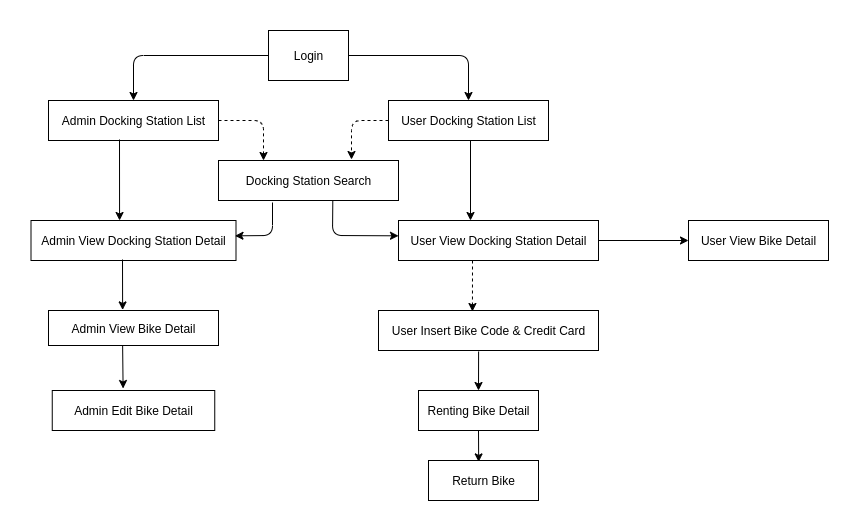
This is Homework03/Group/EcoBikeScreenTransition.png from lehoangtran289/ecobike-SoftDev20201, a draw.io export, as it was before one commit. Source tidied: cells renumbered, new cells last; positions are measured from the earlier drawing's top-left corner, leaving out a move shared by most shapes.
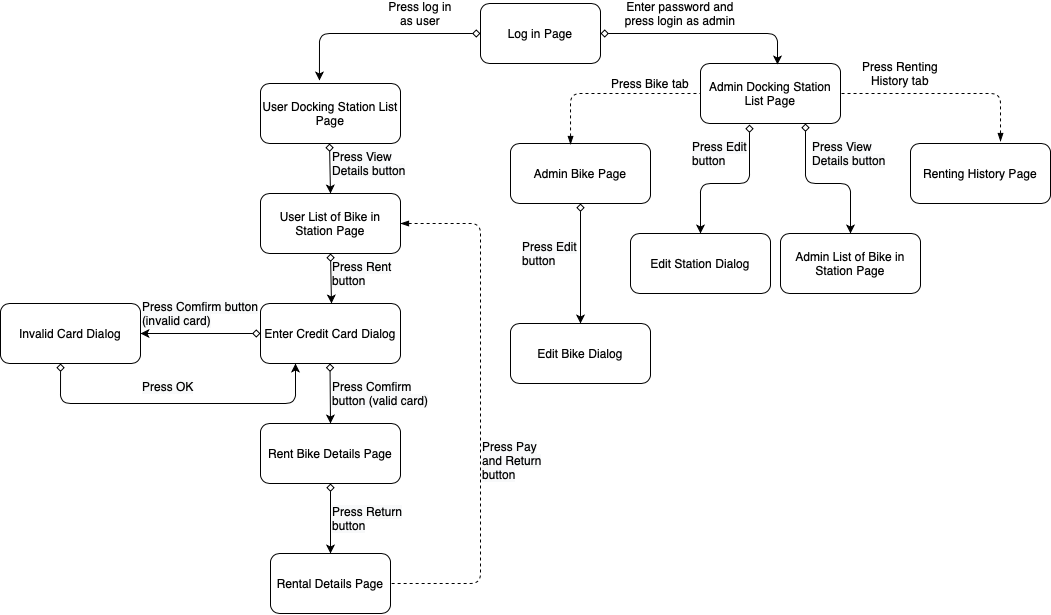
Later version of the same file.

The edit, as a diff of the source:
```diff
@@ -1,117 +1,174 @@
-<mxGraphModel background="#ffffff">
+<mxGraphModel>
   <root>
     <mxCell id="0" />
     <mxCell id="1" parent="0" />
-    <mxCell id="2" value="Login" style="html=1;" parent="1" vertex="1">
-      <mxGeometry x="238" width="80" height="50" as="geometry" />
-    </mxCell>
-    <mxCell id="3" value="Admin Docking Station List" style="html=1;" parent="1" vertex="1">
-      <mxGeometry x="18" y="70" width="170" height="40" as="geometry" />
-    </mxCell>
-    <mxCell id="4" value="User Docking Station List" style="html=1;" parent="1" vertex="1">
-      <mxGeometry x="358" y="70" width="160" height="40" as="geometry" />
-    </mxCell>
-    <mxCell id="5" value="Admin View Docking Station Detail" style="html=1;" parent="1" vertex="1">
-      <mxGeometry x="0.5" y="190" width="205" height="40" as="geometry" />
-    </mxCell>
-    <mxCell id="6" value="Docking Station Search" style="html=1;" parent="1" vertex="1">
-      <mxGeometry x="188" y="130" width="180" height="40" as="geometry" />
-    </mxCell>
-    <mxCell id="7" value="Admin View Bike Detail" style="html=1;" parent="1" vertex="1">
-      <mxGeometry x="18" y="280" width="170" height="35" as="geometry" />
-    </mxCell>
-    <mxCell id="8" value="User View Docking Station Detail" style="html=1;" parent="1" vertex="1">
-      <mxGeometry x="368" y="190" width="200" height="40" as="geometry" />
-    </mxCell>
-    <mxCell id="9" value="Admin Edit Bike Detail" style="html=1;" parent="1" vertex="1">
-      <mxGeometry x="21.8" y="360" width="162.5" height="40" as="geometry" />
-    </mxCell>
-    <mxCell id="10" value="User View Bike Detail" style="html=1;" parent="1" vertex="1">
-      <mxGeometry x="658" y="190" width="140" height="40" as="geometry" />
-    </mxCell>
-    <mxCell id="11" value="Return Bike" style="html=1;" parent="1" vertex="1">
-      <mxGeometry x="398" y="430" width="110" height="40" as="geometry" />
-    </mxCell>
-    <mxCell id="12" style="endArrow=classic;html=1;entryX=0.432;entryY=0;entryDx=0;entryDy=0;entryPerimeter=0;" parent="1" edge="1" target="5">
-      <mxGeometry relative="1" as="geometry">
-        <mxPoint x="89" y="109" as="sourcePoint" />
-      </mxGeometry>
-    </mxCell>
-    <mxCell id="13" style="endArrow=classic;html=1;entryX=0.36;entryY=0;entryDx=0;entryDy=0;entryPerimeter=0;" parent="1" edge="1" target="8">
-      <mxGeometry relative="1" as="geometry">
-        <mxPoint x="440" y="110" as="sourcePoint" />
-      </mxGeometry>
-    </mxCell>
-    <mxCell id="14" style="endArrow=classic;html=1;strokeWidth=1;exitX=0.3;exitY=1.05;exitDx=0;exitDy=0;exitPerimeter=0;entryX=0.995;entryY=0.383;entryDx=0;entryDy=0;entryPerimeter=0;" parent="1" edge="1" source="6" target="5">
-      <mxGeometry relative="1" as="geometry">
-        <Array as="points">
-          <mxPoint x="242" y="205" />
-        </Array>
-      </mxGeometry>
-    </mxCell>
-    <mxCell id="15" style="endArrow=classic;html=1;strokeWidth=1;exitX=0.635;exitY=1;exitDx=0;exitDy=0;exitPerimeter=0;entryX=0;entryY=0.383;entryDx=0;entryDy=0;entryPerimeter=0;" parent="1" edge="1" source="6" target="8">
-      <mxGeometry relative="1" as="geometry">
-        <Array as="points">
-          <mxPoint x="302" y="205" />
-        </Array>
-      </mxGeometry>
-    </mxCell>
-    <mxCell id="16" style="endArrow=classic;html=1;strokeWidth=1;entryX=0.436;entryY=-0.017;entryDx=0;entryDy=0;entryPerimeter=0;" parent="1" edge="1" target="7">
-      <mxGeometry relative="1" as="geometry">
-        <mxPoint x="92" y="229" as="sourcePoint" />
-      </mxGeometry>
-    </mxCell>
-    <mxCell id="17" style="endArrow=classic;html=1;strokeWidth=1;entryX=0;entryY=0.5;entryDx=0;entryDy=0;exitX=1;exitY=0.5;exitDx=0;exitDy=0;" parent="1" edge="1" source="8" target="10">
-      <mxGeometry relative="1" as="geometry" />
-    </mxCell>
-    <mxCell id="18" style="endArrow=classic;html=1;strokeWidth=1;exitX=0.436;exitY=1;exitDx=0;exitDy=0;exitPerimeter=0;entryX=0.436;entryY=-0.05;entryDx=0;entryDy=0;entryPerimeter=0;" parent="1" edge="1" source="7" target="9">
-      <mxGeometry relative="1" as="geometry" />
-    </mxCell>
-    <mxCell id="19" value="Renting&amp;nbsp;Bike Detail" style="html=1;" parent="1" vertex="1">
-      <mxGeometry x="388" y="360" width="120" height="40" as="geometry" />
-    </mxCell>
-    <mxCell id="20" style="endArrow=classic;html=1;strokeWidth=1;exitX=0.455;exitY=1.025;exitDx=0;exitDy=0;exitPerimeter=0;" parent="1" edge="1" source="26">
-      <mxGeometry relative="1" as="geometry">
-        <mxPoint x="448" y="360" as="targetPoint" />
-      </mxGeometry>
-    </mxCell>
-    <mxCell id="21" style="endArrow=classic;html=1;strokeWidth=1;entryX=0.456;entryY=0.035;entryDx=0;entryDy=0;entryPerimeter=0;exitX=0.5;exitY=1;exitDx=0;exitDy=0;" parent="1" edge="1" source="19" target="11">
-      <mxGeometry relative="1" as="geometry" />
-    </mxCell>
-    <mxCell id="22" style="endArrow=classic;html=1;exitX=1;exitY=0.5;exitDx=0;exitDy=0;entryX=0.25;entryY=0;entryDx=0;entryDy=0;dashed=1;" parent="1" edge="1" source="3" target="6">
-      <mxGeometry relative="1" as="geometry">
-        <Array as="points">
-          <mxPoint x="233" y="90" />
-        </Array>
-      </mxGeometry>
-    </mxCell>
-    <mxCell id="23" style="endArrow=classic;html=1;exitX=0;exitY=0.5;exitDx=0;exitDy=0;dashed=1;" parent="1" edge="1" source="4">
-      <mxGeometry relative="1" as="geometry">
-        <mxPoint x="321" y="129" as="targetPoint" />
-        <Array as="points">
-          <mxPoint x="321" y="90" />
-        </Array>
-      </mxGeometry>
-    </mxCell>
-    <mxCell id="24" style="endArrow=classic;html=1;exitX=0;exitY=0.5;exitDx=0;exitDy=0;entryX=0.5;entryY=0;entryDx=0;entryDy=0;" parent="1" edge="1" source="2" target="3">
-      <mxGeometry relative="1" as="geometry">
-        <Array as="points">
-          <mxPoint x="103" y="25" />
-        </Array>
-      </mxGeometry>
-    </mxCell>
-    <mxCell id="25" style="endArrow=classic;html=1;exitX=1;exitY=0.5;exitDx=0;exitDy=0;entryX=0.5;entryY=0;entryDx=0;entryDy=0;" parent="1" edge="1" source="2" target="4">
-      <mxGeometry relative="1" as="geometry">
-        <Array as="points">
-          <mxPoint x="438" y="25" />
-        </Array>
-      </mxGeometry>
-    </mxCell>
-    <mxCell id="26" value="User Insert Bike Code &amp;amp; Credit Card" style="html=1;" parent="1" vertex="1">
-      <mxGeometry x="348" y="280" width="220" height="40" as="geometry" />
-    </mxCell>
-    <mxCell id="27" style="endArrow=classic;html=1;strokeWidth=1;entryX=0.427;entryY=0.025;entryDx=0;entryDy=0;exitX=0.37;exitY=1;exitDx=0;exitDy=0;exitPerimeter=0;entryPerimeter=0;dashed=1;" parent="1" edge="1" source="8" target="26">
-      <mxGeometry relative="1" as="geometry" />
-    </mxCell>
+    <mxCell id="28" value="Log in Page" style="rounded=1;whiteSpace=wrap;html=1;" parent="1" vertex="1">
+      <mxGeometry x="-12" y="1600" width="120" height="60" as="geometry" />
+    </mxCell>
+    <mxCell id="29" value="User Docking Station List Page" style="rounded=1;whiteSpace=wrap;html=1;" parent="1" vertex="1">
+      <mxGeometry x="-232" y="1680" width="140" height="60" as="geometry" />
+    </mxCell>
+    <mxCell id="30" value="User&amp;nbsp;List of Bike in Station&amp;nbsp;Page" style="rounded=1;whiteSpace=wrap;html=1;" parent="1" vertex="1">
+      <mxGeometry x="-232" y="1790" width="140" height="60" as="geometry" />
+    </mxCell>
+    <mxCell id="31" value="Rent Bike Details Page" style="rounded=1;whiteSpace=wrap;html=1;" parent="1" vertex="1">
+      <mxGeometry x="-232" y="2020" width="140" height="60" as="geometry" />
+    </mxCell>
+    <mxCell id="32" value="Enter Credit Card Dialog" style="rounded=1;whiteSpace=wrap;html=1;" parent="1" vertex="1">
+      <mxGeometry x="-232" y="1900" width="140" height="60" as="geometry" />
+    </mxCell>
+    <mxCell id="33" value="Rental Details Page" style="rounded=1;whiteSpace=wrap;html=1;" parent="1" vertex="1">
+      <mxGeometry x="-222" y="2150" width="120" height="60" as="geometry" />
+    </mxCell>
+    <mxCell id="34" style="endArrow=classic;html=1;startArrow=diamond;startFill=0;entryX=0.5;entryY=0;entryDx=0;entryDy=0;" parent="1" edge="1" target="30">
+      <mxGeometry relative="1" as="geometry">
+        <mxPoint x="-163" y="1740" as="sourcePoint" />
+      </mxGeometry>
+    </mxCell>
+    <mxCell id="35" style="endArrow=classic;html=1;startArrow=diamond;startFill=0;exitX=0.5;exitY=1;exitDx=0;exitDy=0;" parent="1" edge="1" source="30">
+      <mxGeometry relative="1" as="geometry">
+        <mxPoint x="-161" y="1900" as="targetPoint" />
+      </mxGeometry>
+    </mxCell>
+    <mxCell id="36" style="endArrow=classic;html=1;startArrow=diamond;startFill=0;entryX=0.5;entryY=0;entryDx=0;entryDy=0;" parent="1" edge="1" target="31">
+      <mxGeometry relative="1" as="geometry">
+        <mxPoint x="-162.5" y="1960" as="sourcePoint" />
+      </mxGeometry>
+    </mxCell>
+    <mxCell id="37" style="endArrow=none;html=1;entryX=1;entryY=0.5;entryDx=0;entryDy=0;dashed=1;endFill=0;startArrow=blockThin;startFill=1;exitX=1;exitY=0.5;exitDx=0;exitDy=0;" parent="1" edge="1" source="30" target="33">
+      <mxGeometry relative="1" as="geometry">
+        <Array as="points">
+          <mxPoint x="-12" y="1820" />
+          <mxPoint x="-12" y="2180" />
+        </Array>
+      </mxGeometry>
+    </mxCell>
+    <mxCell id="38" value="&lt;span&gt;Admin&amp;nbsp;Docking Station List Page&lt;/span&gt;" style="rounded=1;whiteSpace=wrap;html=1;" parent="1" vertex="1">
+      <mxGeometry x="208" y="1660" width="140" height="60" as="geometry" />
+    </mxCell>
+    <mxCell id="39" value="Admin Bike Page" style="rounded=1;whiteSpace=wrap;html=1;" parent="1" vertex="1">
+      <mxGeometry x="18" y="1740" width="140" height="60" as="geometry" />
+    </mxCell>
+    <mxCell id="40" value="Renting History Page" style="rounded=1;whiteSpace=wrap;html=1;" parent="1" vertex="1">
+      <mxGeometry x="418" y="1740" width="140" height="60" as="geometry" />
+    </mxCell>
+    <mxCell id="41" value="Edit Station Dialog" style="rounded=1;whiteSpace=wrap;html=1;" parent="1" vertex="1">
+      <mxGeometry x="138" y="1830" width="140" height="60" as="geometry" />
+    </mxCell>
+    <mxCell id="42" value="&lt;span&gt;Admin&amp;nbsp;List of Bike in Station&amp;nbsp;Page&lt;/span&gt;" style="rounded=1;whiteSpace=wrap;html=1;" parent="1" vertex="1">
+      <mxGeometry x="288" y="1830" width="140" height="60" as="geometry" />
+    </mxCell>
+    <mxCell id="43" style="endArrow=none;html=1;entryX=0;entryY=0.5;entryDx=0;entryDy=0;dashed=1;endFill=0;startArrow=blockThin;startFill=1;exitX=0.429;exitY=0.017;exitDx=0;exitDy=0;exitPerimeter=0;" parent="1" edge="1" source="39" target="38">
+      <mxGeometry relative="1" as="geometry">
+        <Array as="points">
+          <mxPoint x="78" y="1690" />
+        </Array>
+      </mxGeometry>
+    </mxCell>
+    <mxCell id="44" style="endArrow=none;html=1;entryX=1;entryY=0.5;entryDx=0;entryDy=0;dashed=1;endFill=0;startArrow=blockThin;startFill=1;exitX=0.643;exitY=-0.033;exitDx=0;exitDy=0;exitPerimeter=0;" parent="1" edge="1" source="40" target="38">
+      <mxGeometry relative="1" as="geometry">
+        <Array as="points">
+          <mxPoint x="508" y="1690" />
+        </Array>
+      </mxGeometry>
+    </mxCell>
+    <mxCell id="45" style="endArrow=classic;html=1;startArrow=diamond;startFill=0;entryX=0.55;entryY=0.017;entryDx=0;entryDy=0;exitX=1;exitY=0.5;exitDx=0;exitDy=0;entryPerimeter=0;" parent="1" edge="1" source="28" target="38">
+      <mxGeometry relative="1" as="geometry">
+        <Array as="points">
+          <mxPoint x="285" y="1630" />
+        </Array>
+      </mxGeometry>
+    </mxCell>
+    <mxCell id="46" style="endArrow=classic;html=1;startArrow=diamond;startFill=0;entryX=0.421;entryY=-0.05;entryDx=0;entryDy=0;exitX=0;exitY=0.5;exitDx=0;exitDy=0;entryPerimeter=0;" parent="1" edge="1" source="28" target="29">
+      <mxGeometry relative="1" as="geometry">
+        <Array as="points">
+          <mxPoint x="-173" y="1630" />
+        </Array>
+      </mxGeometry>
+    </mxCell>
+    <mxCell id="47" style="endArrow=classic;html=1;startArrow=diamond;startFill=0;exitX=0.35;exitY=1.017;exitDx=0;exitDy=0;entryX=0.5;entryY=0;entryDx=0;entryDy=0;exitPerimeter=0;" parent="1" edge="1" source="38" target="41">
+      <mxGeometry relative="1" as="geometry">
+        <Array as="points">
+          <mxPoint x="257" y="1780" />
+          <mxPoint x="208" y="1780" />
+        </Array>
+      </mxGeometry>
+    </mxCell>
+    <mxCell id="48" style="endArrow=classic;html=1;startArrow=diamond;startFill=0;entryX=0.5;entryY=0;entryDx=0;entryDy=0;exitX=0.75;exitY=1;exitDx=0;exitDy=0;" parent="1" edge="1" source="38" target="42">
+      <mxGeometry relative="1" as="geometry">
+        <Array as="points">
+          <mxPoint x="313" y="1780" />
+          <mxPoint x="358" y="1780" />
+        </Array>
+      </mxGeometry>
+    </mxCell>
+    <mxCell id="49" value="Edit Bike Dialog" style="rounded=1;whiteSpace=wrap;html=1;" parent="1" vertex="1">
+      <mxGeometry x="18" y="1920" width="140" height="60" as="geometry" />
+    </mxCell>
+    <mxCell id="50" style="endArrow=classic;html=1;startArrow=diamond;startFill=0;entryX=0.5;entryY=0;entryDx=0;entryDy=0;exitX=0.5;exitY=1;exitDx=0;exitDy=0;" parent="1" edge="1" source="39" target="49">
+      <mxGeometry relative="1" as="geometry" />
+    </mxCell>
+    <mxCell id="51" style="endArrow=classic;html=1;startArrow=diamond;startFill=0;entryX=0.5;entryY=0;entryDx=0;entryDy=0;exitX=0.5;exitY=1;exitDx=0;exitDy=0;" parent="1" edge="1" source="31" target="33">
+      <mxGeometry relative="1" as="geometry" />
+    </mxCell>
+    <mxCell id="52" value="Enter password and press login as admin" style="text;html=1;strokeColor=none;fillColor=none;align=center;verticalAlign=middle;whiteSpace=wrap;rounded=0;" parent="1" vertex="1">
+      <mxGeometry x="128" y="1600" width="120" height="20" as="geometry" />
+    </mxCell>
+    <mxCell id="53" value="Press log in as user" style="text;html=1;strokeColor=none;fillColor=none;align=center;verticalAlign=middle;whiteSpace=wrap;rounded=0;" parent="1" vertex="1">
+      <mxGeometry x="-112" y="1600" width="80" height="20" as="geometry" />
+    </mxCell>
+    <mxCell id="54" value="Press Renting History tab" style="text;html=1;strokeColor=none;fillColor=none;align=center;verticalAlign=middle;whiteSpace=wrap;rounded=0;" parent="1" vertex="1">
+      <mxGeometry x="358" y="1660" width="100" height="20" as="geometry" />
+    </mxCell>
+    <mxCell id="55" value="Press Bike tab" style="text;html=1;strokeColor=none;fillColor=none;align=center;verticalAlign=middle;whiteSpace=wrap;rounded=0;" parent="1" vertex="1">
+      <mxGeometry x="108" y="1670" width="100" height="20" as="geometry" />
+    </mxCell>
+    <mxCell id="56" value="&lt;span style=&quot;color: rgb(0 , 0 , 0) ; font-family: &amp;#34;helvetica&amp;#34; ; font-size: 12px ; font-style: normal ; font-weight: normal ; letter-spacing: normal ; text-align: center ; text-indent: 0px ; text-transform: none ; word-spacing: 0px ; background-color: rgb(248 , 249 , 250) ; text-decoration: none ; display: inline ; float: none&quot;&gt;Press Edit button&lt;br&gt;&lt;br&gt;&lt;/span&gt;" style="text;whiteSpace=wrap;html=1;" parent="1" vertex="1">
+      <mxGeometry x="198" y="1730" width="60" height="40" as="geometry" />
+    </mxCell>
+    <mxCell id="57" value="&lt;span style=&quot;color: rgb(0 , 0 , 0) ; font-family: &amp;#34;helvetica&amp;#34; ; font-size: 12px ; font-style: normal ; font-weight: normal ; letter-spacing: normal ; text-align: center ; text-indent: 0px ; text-transform: none ; word-spacing: 0px ; background-color: rgb(248 , 249 , 250) ; text-decoration: none ; display: inline ; float: none&quot;&gt;Press View Details&amp;nbsp;button&lt;/span&gt;" style="text;whiteSpace=wrap;html=1;" parent="1" vertex="1">
+      <mxGeometry x="318" y="1730" width="110" height="30" as="geometry" />
+    </mxCell>
+    <mxCell id="58" value="&lt;span style=&quot;color: rgb(0, 0, 0); font-family: helvetica; font-size: 12px; font-style: normal; font-weight: normal; letter-spacing: normal; text-align: center; text-indent: 0px; text-transform: none; word-spacing: 0px; background-color: rgb(248, 249, 250); text-decoration: none; display: inline; float: none;&quot;&gt;Press Edit button&lt;/span&gt;&lt;br style=&quot;color: rgb(0, 0, 0); font-family: helvetica; font-size: 12px; font-style: normal; font-weight: normal; letter-spacing: normal; text-align: center; text-indent: 0px; text-transform: none; word-spacing: 0px; background-color: rgb(248, 249, 250); text-decoration: none;&quot;&gt;" style="text;whiteSpace=wrap;html=1;" parent="1" vertex="1">
+      <mxGeometry x="28" y="1830" width="60" height="30" as="geometry" />
+    </mxCell>
+    <mxCell id="59" value="&lt;span style=&quot;color: rgb(0 , 0 , 0) ; font-family: &amp;#34;helvetica&amp;#34; ; font-size: 12px ; font-style: normal ; font-weight: normal ; letter-spacing: normal ; text-align: center ; text-indent: 0px ; text-transform: none ; word-spacing: 0px ; background-color: rgb(248 , 249 , 250) ; text-decoration: none ; display: inline ; float: none&quot;&gt;Press View Details&amp;nbsp;button&lt;/span&gt;" style="text;whiteSpace=wrap;html=1;" parent="1" vertex="1">
+      <mxGeometry x="-162" y="1740" width="110" height="30" as="geometry" />
+    </mxCell>
+    <mxCell id="60" value="&lt;span style=&quot;color: rgb(0 , 0 , 0) ; font-family: &amp;#34;helvetica&amp;#34; ; font-size: 12px ; font-style: normal ; font-weight: normal ; letter-spacing: normal ; text-align: center ; text-indent: 0px ; text-transform: none ; word-spacing: 0px ; background-color: rgb(248 , 249 , 250) ; text-decoration: none ; display: inline ; float: none&quot;&gt;Press Rent button&lt;/span&gt;" style="text;whiteSpace=wrap;html=1;" parent="1" vertex="1">
+      <mxGeometry x="-162" y="1850" width="70" height="30" as="geometry" />
+    </mxCell>
+    <mxCell id="61" value="&lt;span style=&quot;color: rgb(0 , 0 , 0) ; font-family: &amp;#34;helvetica&amp;#34; ; font-size: 12px ; font-style: normal ; font-weight: normal ; letter-spacing: normal ; text-align: center ; text-indent: 0px ; text-transform: none ; word-spacing: 0px ; background-color: rgb(248 , 249 , 250) ; text-decoration: none ; display: inline ; float: none&quot;&gt;Press Comfirm button (valid card)&lt;/span&gt;" style="text;whiteSpace=wrap;html=1;" parent="1" vertex="1">
+      <mxGeometry x="-162" y="1970" width="100" height="30" as="geometry" />
+    </mxCell>
+    <mxCell id="62" value="&lt;span style=&quot;color: rgb(0 , 0 , 0) ; font-family: &amp;#34;helvetica&amp;#34; ; font-size: 12px ; font-style: normal ; font-weight: normal ; letter-spacing: normal ; text-align: center ; text-indent: 0px ; text-transform: none ; word-spacing: 0px ; background-color: rgb(248 , 249 , 250) ; text-decoration: none ; display: inline ; float: none&quot;&gt;Press Return button&lt;/span&gt;" style="text;whiteSpace=wrap;html=1;" parent="1" vertex="1">
+      <mxGeometry x="-162" y="2095" width="90" height="30" as="geometry" />
+    </mxCell>
+    <mxCell id="63" value="Invalid Card Dialog" style="rounded=1;whiteSpace=wrap;html=1;" parent="1" vertex="1">
+      <mxGeometry x="-492" y="1900" width="140" height="60" as="geometry" />
+    </mxCell>
+    <mxCell id="64" value="&lt;span style=&quot;color: rgb(0 , 0 , 0) ; font-family: &amp;#34;helvetica&amp;#34; ; font-size: 12px ; font-style: normal ; font-weight: normal ; letter-spacing: normal ; text-align: center ; text-indent: 0px ; text-transform: none ; word-spacing: 0px ; background-color: rgb(248 , 249 , 250) ; text-decoration: none ; display: inline ; float: none&quot;&gt;Press Comfirm button (invalid card)&lt;/span&gt;" style="text;whiteSpace=wrap;html=1;" parent="1" vertex="1">
+      <mxGeometry x="-352" y="1890" width="120" height="50" as="geometry" />
+    </mxCell>
+    <mxCell id="65" style="edgeStyle=orthogonalEdgeStyle;rounded=0;orthogonalLoop=1;jettySize=auto;html=1;exitX=0.5;exitY=1;exitDx=0;exitDy=0;startArrow=diamond;startFill=0;endArrow=none;endFill=0;" parent="1" edge="1" source="63" target="63">
+      <mxGeometry relative="1" as="geometry" />
+    </mxCell>
+    <mxCell id="66" style="endArrow=classic;html=1;startArrow=diamond;startFill=0;entryX=1;entryY=0.5;entryDx=0;entryDy=0;exitX=0;exitY=0.5;exitDx=0;exitDy=0;" parent="1" edge="1" source="32" target="63">
+      <mxGeometry relative="1" as="geometry" />
+    </mxCell>
+    <mxCell id="67" style="endArrow=classic;html=1;startArrow=diamond;startFill=0;exitX=0.429;exitY=1;exitDx=0;exitDy=0;exitPerimeter=0;entryX=0.25;entryY=1;entryDx=0;entryDy=0;" parent="1" edge="1" source="63" target="32">
+      <mxGeometry relative="1" as="geometry">
+        <Array as="points">
+          <mxPoint x="-432" y="2000" />
+          <mxPoint x="-197" y="2000" />
+        </Array>
+      </mxGeometry>
+    </mxCell>
+    <mxCell id="68" value="&lt;span style=&quot;color: rgb(0 , 0 , 0) ; font-family: &amp;#34;helvetica&amp;#34; ; font-size: 12px ; font-style: normal ; font-weight: normal ; letter-spacing: normal ; text-align: center ; text-indent: 0px ; text-transform: none ; word-spacing: 0px ; background-color: rgb(248 , 249 , 250) ; text-decoration: none ; display: inline ; float: none&quot;&gt;Press OK&lt;/span&gt;" style="text;whiteSpace=wrap;html=1;" parent="1" vertex="1">
+      <mxGeometry x="-352" y="1970" width="120" height="50" as="geometry" />
+    </mxCell>
+    <mxCell id="69" value="&lt;span style=&quot;color: rgb(0 , 0 , 0) ; font-family: &amp;#34;helvetica&amp;#34; ; font-size: 12px ; font-style: normal ; font-weight: normal ; letter-spacing: normal ; text-align: center ; text-indent: 0px ; text-transform: none ; word-spacing: 0px ; background-color: rgb(248 , 249 , 250) ; text-decoration: none ; display: inline ; float: none&quot;&gt;Press Pay and Return button&lt;br&gt;&lt;br&gt;&lt;/span&gt;" style="text;whiteSpace=wrap;html=1;" parent="1" vertex="1">
+      <mxGeometry x="-12" y="2030" width="80" height="80" as="geometry" />
+    </mxCell>
   </root>
 </mxGraphModel>
```
